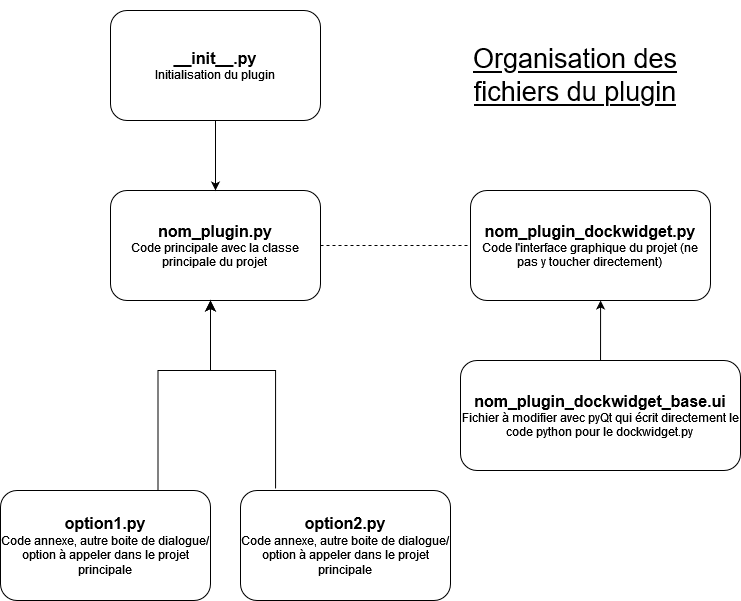
leonielrx/ProjetInfo_DoGeo keeps this draw.io diagram as Diag_act_plugin_general.drawio.png. Above is the earlier version. Source tidied: cells renumbered, new cells last; positions are measured from the earlier drawing's top-left corner, leaving out a move shared by most shapes.
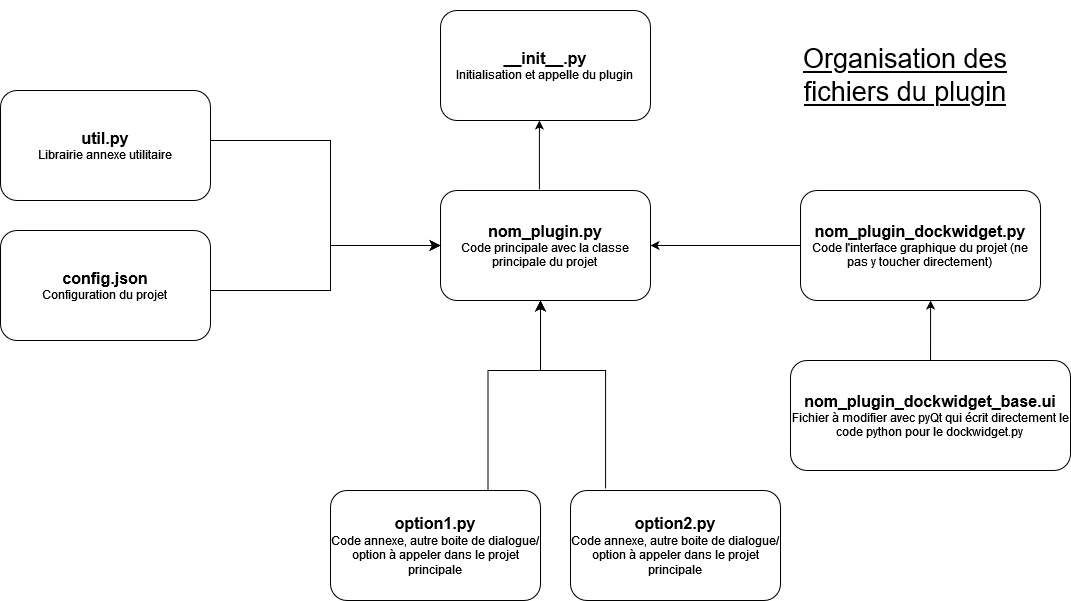
The same diagram one commit later.

Commit message:
Mettre à jour Diag_act_plugin_general.drawio.png

Change to the diagram source:
```diff
@@ -8,20 +8,15 @@
     <mxCell id="3" value="&lt;div&gt;&lt;b&gt;&lt;font style=&quot;font-size: 16px;&quot;&gt;nom_plugin.py&lt;/font&gt;&lt;/b&gt;&lt;/div&gt;&lt;div&gt;Code principale avec la classe principale du projet&lt;br&gt;&lt;/div&gt;" style="rounded=1;whiteSpace=wrap;html=1;" parent="1" vertex="1">
       <mxGeometry x="110" y="190" width="210" height="110" as="geometry" />
     </mxCell>
-    <mxCell id="4" value="&lt;div&gt;&lt;b&gt;&lt;font style=&quot;font-size: 16px;&quot;&gt;__init__.py&lt;/font&gt;&lt;/b&gt;&lt;/div&gt;&lt;div&gt;Initialisation du plugin&lt;br&gt;&lt;/div&gt;" style="rounded=1;whiteSpace=wrap;html=1;" parent="1" vertex="1">
+    <mxCell id="4" value="&lt;div&gt;&lt;b&gt;&lt;font style=&quot;font-size: 16px;&quot;&gt;__init__.py&lt;/font&gt;&lt;/b&gt;&lt;/div&gt;&lt;div&gt;Initialisation et appelle du plugin&lt;br&gt;&lt;/div&gt;" style="rounded=1;whiteSpace=wrap;html=1;" parent="1" vertex="1">
       <mxGeometry x="110" y="10" width="210" height="110" as="geometry" />
     </mxCell>
-    <mxCell id="5" style="endArrow=classic;html=1;rounded=0;entryX=0.5;entryY=0;entryDx=0;entryDy=0;" parent="1" edge="1" target="3">
-      <mxGeometry relative="1" as="geometry">
-        <mxPoint x="215" y="120" as="sourcePoint" />
-      </mxGeometry>
+    <mxCell id="5" style="endArrow=classic;html=1;rounded=0;exitX=0.471;exitY=-0.009;exitDx=0;exitDy=0;exitPerimeter=0;entryX=0.471;entryY=1;entryDx=0;entryDy=0;entryPerimeter=0;" parent="1" edge="1" source="3" target="4">
+      <mxGeometry relative="1" as="geometry" />
     </mxCell>
     <mxCell id="6" value="&lt;div&gt;&lt;b&gt;&lt;font style=&quot;font-size: 16px;&quot;&gt;nom_plugin_dockwidget.py&lt;/font&gt;&lt;/b&gt;&lt;/div&gt;&lt;div&gt;Code l'interface graphique du projet (ne pas y toucher directement)&lt;br&gt;&lt;/div&gt;" style="rounded=1;whiteSpace=wrap;html=1;" parent="1" vertex="1">
       <mxGeometry x="470" y="190" width="240" height="110" as="geometry" />
     </mxCell>
-    <mxCell id="7" style="endArrow=none;dashed=1;html=1;rounded=0;exitX=1;exitY=0.5;exitDx=0;exitDy=0;entryX=0;entryY=0.5;entryDx=0;entryDy=0;" parent="1" edge="1" source="3" target="6">
-      <mxGeometry relative="1" as="geometry" />
-    </mxCell>
     <mxCell id="8" value="&lt;div&gt;&lt;b&gt;&lt;font style=&quot;font-size: 16px;&quot;&gt;nom_plugin_dockwidget_base.ui&lt;/font&gt;&lt;/b&gt;&lt;/div&gt;&lt;div&gt;Fichier à modifier avec pyQt qui écrit directement le code python pour le dockwidget.py&lt;br&gt;&lt;/div&gt;" style="rounded=1;whiteSpace=wrap;html=1;" parent="1" vertex="1">
       <mxGeometry x="460" y="360" width="280" height="110" as="geometry" />
     </mxCell>
@@ -50,5 +45,30 @@
         </Array>
       </mxGeometry>
     </mxCell>
+    <mxCell id="14" value="&lt;div&gt;&lt;b&gt;&lt;font style=&quot;font-size: 16px;&quot;&gt;util.py&lt;/font&gt;&lt;/b&gt;&lt;/div&gt;&lt;div&gt;Librairie annexe utilitaire&lt;br&gt;&lt;/div&gt;" style="rounded=1;whiteSpace=wrap;html=1;" parent="1" vertex="1">
+      <mxGeometry x="-330" y="90" width="210" height="110" as="geometry" />
+    </mxCell>
+    <mxCell id="15" value="&lt;div&gt;&lt;b&gt;&lt;font style=&quot;font-size: 16px;&quot;&gt;config.json&lt;/font&gt;&lt;/b&gt;&lt;/div&gt;&lt;div&gt;Configuration du projet&lt;br&gt;&lt;/div&gt;" style="rounded=1;whiteSpace=wrap;html=1;" parent="1" vertex="1">
+      <mxGeometry x="-330" y="230" width="210" height="110" as="geometry" />
+    </mxCell>
+    <mxCell id="16" style="endArrow=classic;html=1;rounded=0;exitX=0;exitY=0.5;exitDx=0;exitDy=0;entryX=1;entryY=0.5;entryDx=0;entryDy=0;" parent="1" edge="1" source="6" target="3">
+      <mxGeometry relative="1" as="geometry" />
+    </mxCell>
+    <mxCell id="17" style="edgeStyle=elbowEdgeStyle;elbow=horizontal;endArrow=classic;html=1;curved=0;rounded=0;endSize=8;startSize=8;entryX=0;entryY=0.5;entryDx=0;entryDy=0;" parent="1" edge="1" target="3">
+      <mxGeometry relative="1" as="geometry">
+        <mxPoint x="-120" y="290" as="sourcePoint" />
+        <Array as="points">
+          <mxPoint y="270" />
+        </Array>
+      </mxGeometry>
+    </mxCell>
+    <mxCell id="18" style="edgeStyle=elbowEdgeStyle;elbow=horizontal;endArrow=classic;html=1;curved=0;rounded=0;endSize=8;startSize=8;entryX=0;entryY=0.5;entryDx=0;entryDy=0;" parent="1" edge="1" target="3">
+      <mxGeometry relative="1" as="geometry">
+        <mxPoint x="-120" y="140" as="sourcePoint" />
+        <Array as="points">
+          <mxPoint y="190" />
+        </Array>
+      </mxGeometry>
+    </mxCell>
   </root>
 </mxGraphModel>
```
